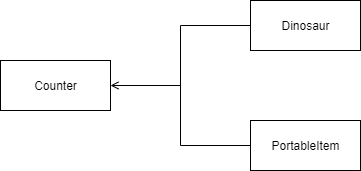
Earlier version of the draw.io export docs/docs_FIT2099_A1_UML_Counter.png (Nochl/Jurrasic_Park_Sim). Source tidied: cells renumbered, new cells last; positions are measured from the earlier drawing's top-left corner, leaving out a move shared by most shapes.
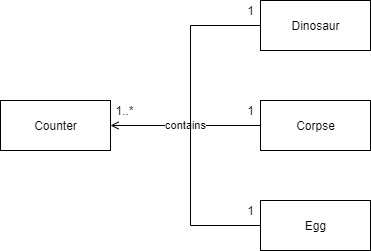
Above is the later version.

What changed in the source:
```diff
@@ -2,22 +2,42 @@
   <root>
     <mxCell id="0" />
     <mxCell id="1" parent="0" />
-    <mxCell id="2" style="edgeStyle=orthogonalEdgeStyle;rounded=0;jettySize=auto;html=1;exitX=1;exitY=0.5;exitDx=0;exitDy=0;entryX=0;entryY=0.5;entryDx=0;entryDy=0;endArrow=none;endFill=0;startArrow=open;startFill=0;" parent="1" edge="1" source="3" target="4">
+    <mxCell id="2" value="contains" style="edgeStyle=orthogonalEdgeStyle;rounded=0;jettySize=auto;html=1;exitX=1;exitY=0.5;exitDx=0;exitDy=0;entryX=0;entryY=0.5;entryDx=0;entryDy=0;endArrow=none;endFill=0;startArrow=open;startFill=0;" parent="1" edge="1" source="3" target="4">
       <mxGeometry relative="1" as="geometry" />
     </mxCell>
     <mxCell id="3" value="Counter" style="html=1;" parent="1" vertex="1">
-      <mxGeometry y="60" width="110" height="50" as="geometry" />
+      <mxGeometry x="-10" y="120" width="110" height="50" as="geometry" />
     </mxCell>
-    <mxCell id="4" value="PortableItem" style="html=1;" parent="1" vertex="1">
+    <mxCell id="4" value="Corpse" style="html=1;" parent="1" vertex="1">
       <mxGeometry x="250" y="120" width="110" height="50" as="geometry" />
     </mxCell>
     <mxCell id="5" style="edgeStyle=orthogonalEdgeStyle;rounded=0;jettySize=auto;html=1;exitX=0;exitY=0.5;exitDx=0;exitDy=0;endArrow=none;endFill=0;startArrow=none;startFill=0;" parent="1" edge="1" source="6">
       <mxGeometry relative="1" as="geometry">
-        <mxPoint x="180" y="90" as="targetPoint" />
+        <mxPoint x="180" y="150" as="targetPoint" />
       </mxGeometry>
     </mxCell>
     <mxCell id="6" value="Dinosaur" style="html=1;" parent="1" vertex="1">
-      <mxGeometry x="250" width="110" height="50" as="geometry" />
+      <mxGeometry x="250" y="20" width="110" height="50" as="geometry" />
     </mxCell>
+    <mxCell id="7" style="edgeStyle=orthogonalEdgeStyle;rounded=0;jettySize=auto;html=1;exitX=0;exitY=0.5;exitDx=0;exitDy=0;endArrow=none;endFill=0;" parent="1" edge="1" source="8">
+      <mxGeometry relative="1" as="geometry">
+        <mxPoint x="180" y="140" as="targetPoint" />
+      </mxGeometry>
+    </mxCell>
+    <mxCell id="8" value="Egg" style="html=1;" parent="1" vertex="1">
+      <mxGeometry x="250" y="220" width="110" height="50" as="geometry" />
+    </mxCell>
+    <mxCell id="9" value="1..*" style="text;html=1;align=center;verticalAlign=middle;strokeColor=none;" parent="1" vertex="1">
+      <mxGeometry x="99" y="120" width="30" height="20" as="geometry" />
+    </mxCell>
+    <mxCell id="10" value="1" style="text;html=1;align=center;verticalAlign=middle;strokeColor=none;" parent="1" vertex="1">
+      <mxGeometry x="230" y="20" width="20" height="20" as="geometry" />
+    </mxCell>
+    <mxCell id="11" value="1" style="text;html=1;align=center;verticalAlign=middle;strokeColor=none;" parent="1" vertex="1">
+      <mxGeometry x="230" y="120" width="20" height="20" as="geometry" />
+    </mxCell>
+    <mxCell id="12" value="1" style="text;html=1;align=center;verticalAlign=middle;strokeColor=none;" parent="1" vertex="1">
+      <mxGeometry x="230" y="220" width="20" height="20" as="geometry" />
+    </mxCell>
   </root>
 </mxGraphModel>
```
